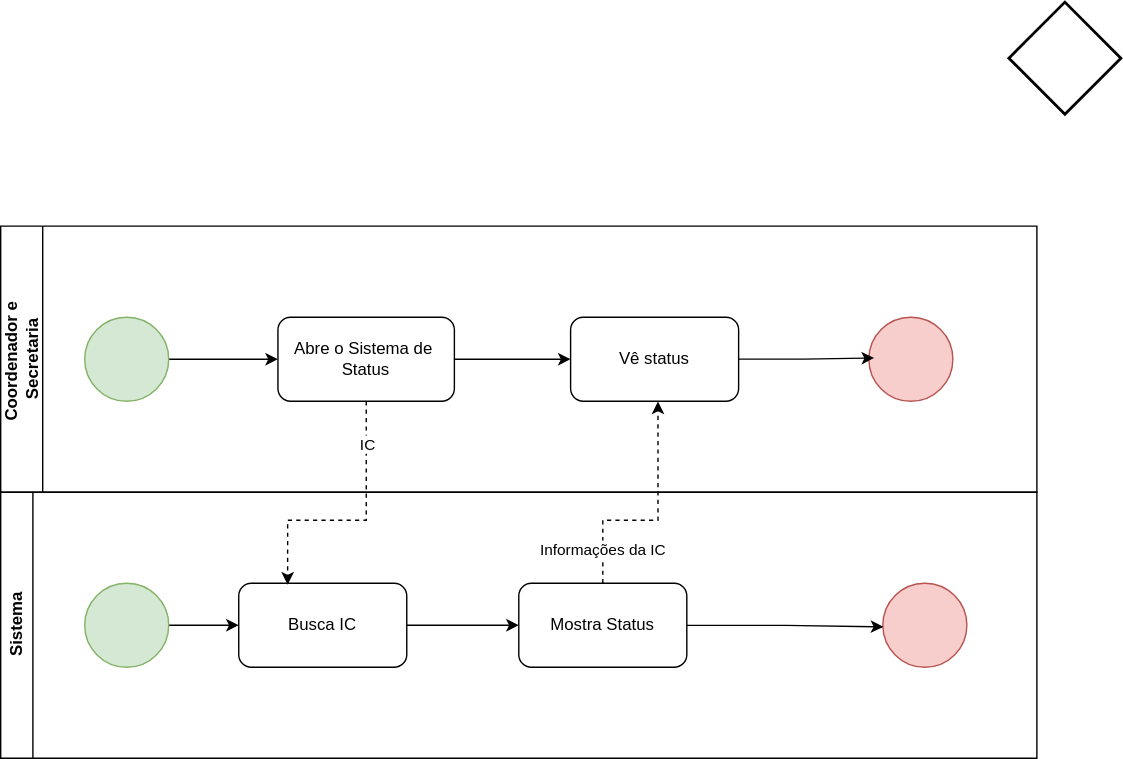
Earlier version of the draw.io export ToBeStatus.drawio.svg (JesCat16/Automacao_IC_GestaoDeProjeto). Source tidied: cells renumbered, new cells last; positions are measured from the earlier drawing's top-left corner, leaving out a move shared by most shapes.
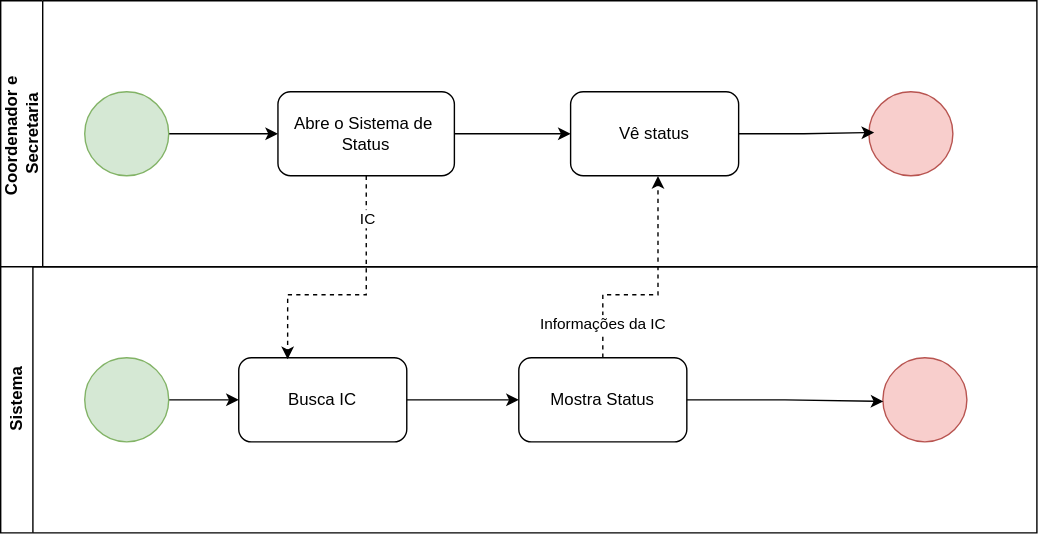
After the change.

Change to the diagram source:
```diff
@@ -50,9 +50,6 @@
     <mxCell id="17" style="edgeStyle=orthogonalEdgeStyle;rounded=0;jettySize=auto;html=1;entryX=0.006;entryY=0.519;entryDx=0;entryDy=0;entryPerimeter=0;" parent="10" edge="1" source="16" target="13">
       <mxGeometry relative="1" as="geometry" />
     </mxCell>
-    <mxCell id="18" style="strokeWidth=2;html=1;shape=mxgraph.flowchart.decision;whiteSpace=wrap;" parent="1" vertex="1">
-      <mxGeometry x="720" width="80" height="80" as="geometry" />
-    </mxCell>
     <mxCell id="19" style="edgeStyle=orthogonalEdgeStyle;rounded=0;jettySize=auto;html=1;entryX=0.291;entryY=0.017;entryDx=0;entryDy=0;entryPerimeter=0;dashed=1;" parent="1" edge="1" source="7" target="15">
       <mxGeometry relative="1" as="geometry">
         <Array as="points">
```
